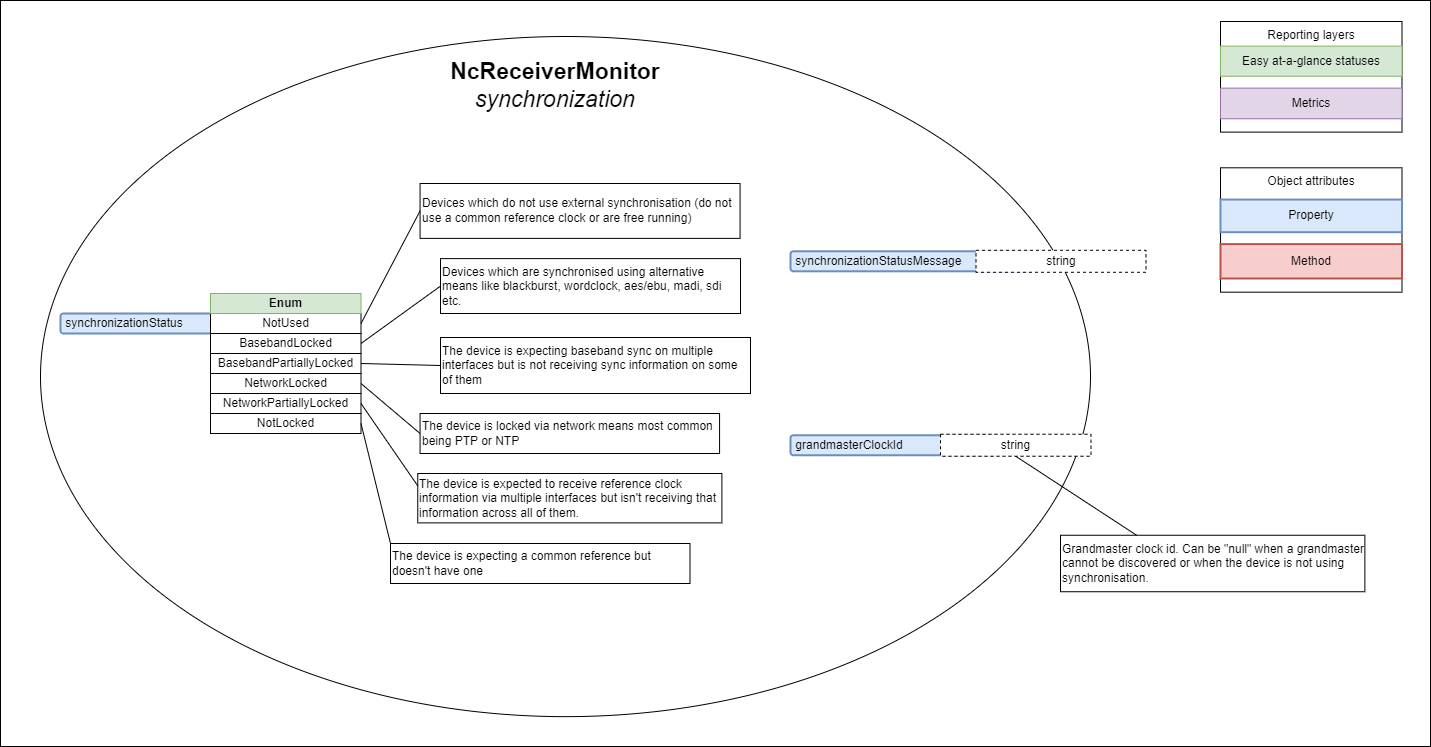
Earlier version of the draw.io export docs/images/receiver-model-synchronization.png (AMWA-TV/bcp-008-01). Source tidied: cells renumbered, new cells last; positions are measured from the earlier drawing's top-left corner, leaving out a move shared by most shapes.
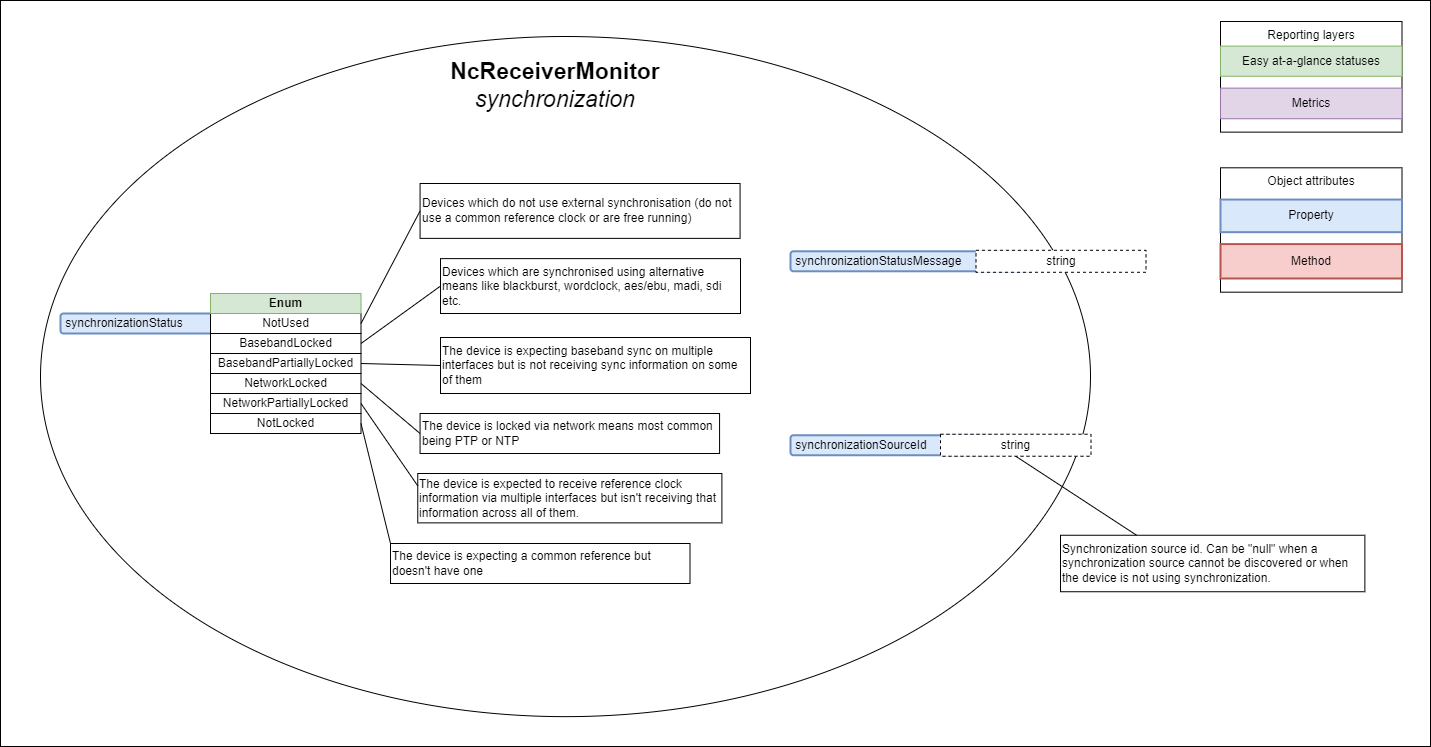
Later version of the same file.

Commit message:
Rename grandmasterClockId to synchronizationSourceId and change packet counter responses to arrays

What changed in the source:
```diff
@@ -41,7 +41,7 @@
     <mxCell id="14" value="NetworkLocked" style="rounded=0;whiteSpace=wrap;html=1;" parent="1" vertex="1">
       <mxGeometry x="210" y="373" width="150.5" height="20" as="geometry" />
     </mxCell>
-    <mxCell id="15" value="&amp;nbsp;grandmasterClockId" style="rounded=1;whiteSpace=wrap;html=1;align=left;fillColor=#dae8fc;strokeColor=#6c8ebf;strokeWidth=2;" parent="1" vertex="1">
+    <mxCell id="15" value="&amp;nbsp;&lt;span style=&quot;background-color: initial;&quot;&gt;synchronizationSourceId&lt;/span&gt;" style="rounded=1;whiteSpace=wrap;html=1;align=left;fillColor=#dae8fc;strokeColor=#6c8ebf;strokeWidth=2;" parent="1" vertex="1">
       <mxGeometry x="790" y="434.8" width="206.5" height="20" as="geometry" />
     </mxCell>
     <mxCell id="16" value="string" style="rounded=0;whiteSpace=wrap;html=1;dashed=1;" parent="1" vertex="1">
@@ -59,7 +59,7 @@
     <mxCell id="20" value="NotLocked" style="rounded=0;whiteSpace=wrap;html=1;" parent="1" vertex="1">
       <mxGeometry x="210" y="413" width="150.5" height="20" as="geometry" />
     </mxCell>
-    <mxCell id="21" value="Grandmaster clock id. Can be &quot;null&quot; when a grandmaster cannot be discovered or when the device is not using synchronisation." style="text;html=1;strokeColor=default;fillColor=default;align=left;verticalAlign=middle;whiteSpace=wrap;rounded=0;" parent="1" vertex="1">
+    <mxCell id="21" value="Synchronization source id. Can be &quot;null&quot; when a synchronization source cannot be discovered or when the device is not using synchronization." style="text;html=1;strokeColor=default;fillColor=default;align=left;verticalAlign=middle;whiteSpace=wrap;rounded=0;" parent="1" vertex="1">
       <mxGeometry x="1060" y="534.8" width="304.4" height="56.5" as="geometry" />
     </mxCell>
     <mxCell id="22" style="endArrow=none;html=1;rounded=0;entryX=0.25;entryY=0;entryDx=0;entryDy=0;exitX=0.5;exitY=1;exitDx=0;exitDy=0;" parent="1" edge="1" source="16" target="21">
```
